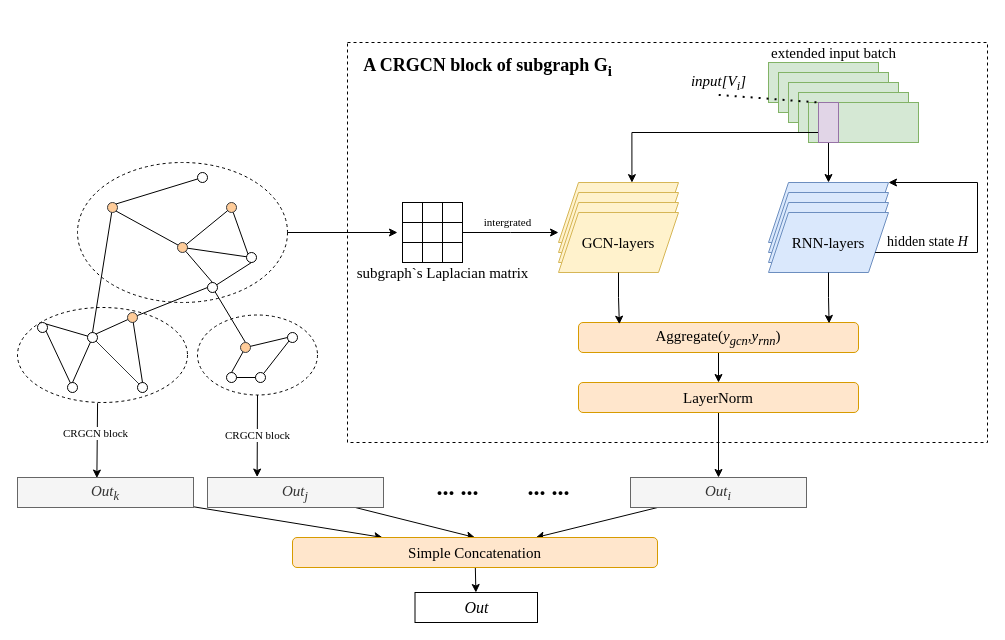
The draw.io diagram 神经网络.drawio in streakyPorker/drawio-diagrams, before the edit. Source tidied: cells renumbered, new cells numbered last; positions are measured from the earlier drawing's top-left corner, leaving out a move shared by most shapes. Both pictures are drawn from the tidied source at 100%, with x=0, y=0 at pixel (17, 42).
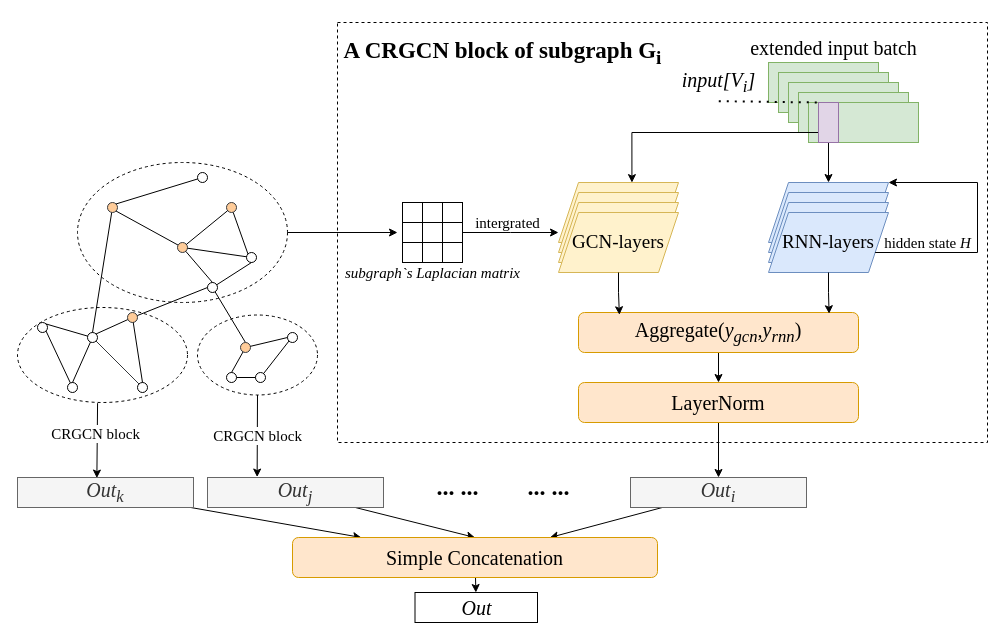
The same diagram, later.

The change refers to these unchanged cells:
```xml
<mxCell id="3" style="ellipse;whiteSpace=wrap;html=1;dashed=1;" parent="2" vertex="1">
  <mxGeometry x="160" y="142.5" width="120" height="80" as="geometry" />
</mxCell>
<mxCell id="4" style="ellipse;whiteSpace=wrap;html=1;dashed=1;" parent="2" vertex="1">
  <mxGeometry x="-20" y="135" width="170" height="95" as="geometry" />
</mxCell>
<mxCell id="43" style="rounded=0;whiteSpace=wrap;html=1;" parent="42" vertex="1">
  <mxGeometry width="60" height="60" as="geometry" />
</mxCell>
<mxCell id="50" style="group;" parent="1" vertex="1">
  <mxGeometry x="541" y="140" width="120" height="90" as="geometry" />
</mxCell>
<mxCell id="55" style="group;" parent="1" vertex="1">
  <mxGeometry x="751" y="140" width="120" height="90" as="geometry" />
</mxCell>
<mxCell id="56" style="shape=parallelogram;perimeter=parallelogramPerimeter;whiteSpace=wrap;html=1;fixedSize=1;fontFamily=Times New Roman;fillColor=#dae8fc;strokeColor=#6c8ebf;" parent="55" vertex="1">
  <mxGeometry width="120" height="60" as="geometry" />
</mxCell>
```

Change to the diagram source:
```diff
@@
     <mxCell id="41" style="rounded=0;whiteSpace=wrap;html=1;dashed=1;" parent="1" vertex="1">
-      <mxGeometry x="330" width="640" height="400" as="geometry" />
+      <mxGeometry x="320" y="-20" width="650" height="420" as="geometry" />
     </mxCell>
@@
-    <mxCell id="49" value="&lt;font style=&quot;font-size: 15px;&quot;&gt;subgraph`s Laplacian matrix&lt;/font&gt;" style="text;html=1;align=center;verticalAlign=middle;strokeColor=none;fillColor=none;fontFamily=Times New Roman;" parent="1" vertex="1">
-      <mxGeometry x="330" y="220" width="190" height="20" as="geometry" />
+    <mxCell id="49" value="&lt;font size=&quot;1&quot; style=&quot;&quot;&gt;&lt;i style=&quot;font-size: 15px;&quot;&gt;subgraph`s Laplacian matrix&lt;/i&gt;&lt;/font&gt;" style="text;html=1;align=center;verticalAlign=middle;strokeColor=none;fillColor=none;fontFamily=Times New Roman;fontSize=15;" parent="1" vertex="1">
+      <mxGeometry x="320" y="220" width="190" height="20" as="geometry" />
     </mxCell>
@@
-    <mxCell id="54" value="&lt;font style=&quot;font-size: 15px;&quot;&gt;GCN-layers&lt;/font&gt;" style="shape=parallelogram;perimeter=parallelogramPerimeter;whiteSpace=wrap;html=1;fixedSize=1;fontFamily=Times New Roman;fillColor=#fff2cc;strokeColor=#d6b656;" parent="50" vertex="1">
+    <mxCell id="54" value="&lt;font style=&quot;font-size: 19px;&quot;&gt;GCN-layers&lt;/font&gt;" style="shape=parallelogram;perimeter=parallelogramPerimeter;whiteSpace=wrap;html=1;fixedSize=1;fontFamily=Times New Roman;fillColor=#fff2cc;strokeColor=#d6b656;" parent="50" vertex="1">
       <mxGeometry y="30" width="120" height="60" as="geometry" />
     </mxCell>
@@
-    <mxCell id="59" value="&lt;font style=&quot;font-size: 15px;&quot;&gt;RNN-layers&lt;/font&gt;" style="shape=parallelogram;perimeter=parallelogramPerimeter;whiteSpace=wrap;html=1;fixedSize=1;fontFamily=Times New Roman;fillColor=#dae8fc;strokeColor=#6c8ebf;" parent="55" vertex="1">
+    <mxCell id="59" value="&lt;font style=&quot;font-size: 19px;&quot;&gt;RNN-layers&lt;/font&gt;" style="shape=parallelogram;perimeter=parallelogramPerimeter;whiteSpace=wrap;html=1;fixedSize=1;fontFamily=Times New Roman;fillColor=#dae8fc;strokeColor=#6c8ebf;" parent="55" vertex="1">
       <mxGeometry y="30" width="120" height="60" as="geometry" />
     </mxCell>
-    <mxCell id="60" value="&lt;font style=&quot;font-size: 14px;&quot;&gt;hidden state &lt;i&gt;H&lt;/i&gt;&lt;/font&gt;" style="edgeStyle=orthogonalEdgeStyle;rounded=0;jettySize=auto;html=1;fontFamily=Times New Roman;endArrow=classic;endFill=1;entryX=1;entryY=0;entryDx=0;entryDy=0;" parent="55" edge="1" source="59" target="56">
+    <mxCell id="60" value="&lt;font style=&quot;font-size: 15px;&quot;&gt;hidden state &lt;i&gt;H&lt;/i&gt;&lt;/font&gt;" style="edgeStyle=orthogonalEdgeStyle;rounded=0;jettySize=auto;html=1;fontFamily=Times New Roman;endArrow=classic;endFill=1;entryX=1;entryY=0;entryDx=0;entryDy=0;" parent="55" edge="1" source="59" target="56">
       <mxGeometry x="-0.6" y="10" relative="1" as="geometry">
         <Array as="points">
           <mxPoint x="209" y="70" />
           <mxPoint x="209" />
         </Array>
       </mxGeometry>
     </mxCell>
-    <mxCell id="61" value="intergrated" style="edgeStyle=orthogonalEdgeStyle;rounded=0;jettySize=auto;html=1;fontFamily=Times New Roman;endArrow=classic;endFill=1;" parent="1" edge="1" source="43">
+    <mxCell id="61" value="&lt;font style=&quot;font-size: 15px;&quot;&gt;intergrated&lt;/font&gt;" style="edgeStyle=orthogonalEdgeStyle;rounded=0;jettySize=auto;html=1;fontFamily=Times New Roman;endArrow=classic;endFill=1;" parent="1" edge="1" source="43">
       <mxGeometry x="-0.06" y="10" relative="1" as="geometry">
         <mxPoint x="541" y="190" as="targetPoint" />
       </mxGeometry>
     </mxCell>
@@
-    <mxCell id="63" value="&lt;font style=&quot;font-size: 15px;&quot;&gt;Aggregate(&lt;i&gt;y&lt;sub&gt;gcn&lt;/sub&gt;,y&lt;sub&gt;rnn&lt;/sub&gt;&lt;/i&gt;)&lt;/font&gt;" style="rounded=1;whiteSpace=wrap;html=1;fontFamily=Times New Roman;fillColor=#ffe6cc;strokeColor=#d79b00;" parent="1" vertex="1">
-      <mxGeometry x="561" y="280" width="280" height="30" as="geometry" />
+    <mxCell id="63" value="&lt;font style=&quot;font-size: 20px;&quot;&gt;Aggregate(&lt;i&gt;y&lt;sub&gt;gcn&lt;/sub&gt;,y&lt;sub&gt;rnn&lt;/sub&gt;&lt;/i&gt;)&lt;/font&gt;" style="rounded=1;whiteSpace=wrap;html=1;fontFamily=Times New Roman;fillColor=#ffe6cc;strokeColor=#d79b00;" parent="1" vertex="1">
+      <mxGeometry x="561" y="270" width="280" height="40" as="geometry" />
     </mxCell>
@@
-    <mxCell id="67" value="&lt;font style=&quot;font-size: 15px;&quot;&gt;LayerNorm&lt;/font&gt;" style="rounded=1;whiteSpace=wrap;html=1;fontFamily=Times New Roman;fillColor=#ffe6cc;strokeColor=#d79b00;" parent="1" vertex="1">
-      <mxGeometry x="561" y="340" width="280" height="30" as="geometry" />
+    <mxCell id="67" value="&lt;font style=&quot;font-size: 20px;&quot;&gt;LayerNorm&lt;/font&gt;" style="rounded=1;whiteSpace=wrap;html=1;fontFamily=Times New Roman;fillColor=#ffe6cc;strokeColor=#d79b00;" parent="1" vertex="1">
+      <mxGeometry x="561" y="340" width="280" height="40" as="geometry" />
     </mxCell>
-    <mxCell id="68" value="&lt;font style=&quot;font-size: 15px;&quot;&gt;extended input batch&lt;/font&gt;" style="text;html=1;align=center;verticalAlign=middle;strokeColor=none;fillColor=none;fontFamily=Times New Roman;" parent="1" vertex="1">
-      <mxGeometry x="746" width="140" height="20" as="geometry" />
+    <mxCell id="68" value="&lt;font style=&quot;font-size: 20px;&quot;&gt;extended input batch&lt;/font&gt;" style="text;html=1;align=center;verticalAlign=middle;strokeColor=none;fillColor=none;fontFamily=Times New Roman;fontSize=20;" parent="1" vertex="1">
+      <mxGeometry x="726" y="-10" width="180" height="30" as="geometry" />
     </mxCell>
@@
-    <mxCell id="78" value="&lt;span style=&quot;font-size: 15px;&quot;&gt;&lt;i&gt;input[V&lt;sub&gt;i&lt;/sub&gt;]&lt;/i&gt;&lt;/span&gt;" style="text;html=1;align=center;verticalAlign=middle;points=[];strokeColor=none;fillColor=none;fontFamily=Times New Roman;" parent="1" vertex="1">
-      <mxGeometry x="666" y="30" width="70" height="20" as="geometry" />
+    <mxCell id="78" value="&lt;span style=&quot;font-size: 20px;&quot;&gt;&lt;i&gt;input[V&lt;sub&gt;i&lt;/sub&gt;]&lt;/i&gt;&lt;/span&gt;" style="text;html=1;align=center;verticalAlign=middle;points=[];strokeColor=none;fillColor=none;fontFamily=Times New Roman;" parent="1" vertex="1">
+      <mxGeometry x="656" y="25" width="90" height="30" as="geometry" />
     </mxCell>
@@
-    <mxCell id="80" value="&lt;h2&gt;A CRGCN block of subgraph G&lt;sub&gt;i&lt;/sub&gt;&lt;/h2&gt;" style="text;html=1;align=center;verticalAlign=middle;strokeColor=none;fillColor=none;fontFamily=Times New Roman;" parent="1" vertex="1">
-      <mxGeometry x="340" width="260" height="50" as="geometry" />
+    <mxCell id="80" value="&lt;h2 style=&quot;font-size: 23px;&quot;&gt;A CRGCN block of subgraph G&lt;sub&gt;i&lt;/sub&gt;&lt;/h2&gt;" style="text;html=1;align=center;verticalAlign=middle;strokeColor=none;fillColor=none;fontFamily=Times New Roman;" parent="1" vertex="1">
+      <mxGeometry x="320" y="-20" width="330" height="60" as="geometry" />
     </mxCell>
@@
-    <mxCell id="82" value="&lt;font style=&quot;font-size: 15px;&quot;&gt;&lt;i&gt;Out&lt;sub&gt;i&lt;/sub&gt;&lt;/i&gt;&lt;/font&gt;" style="rounded=0;whiteSpace=wrap;html=1;fontFamily=Times New Roman;fillColor=#f5f5f5;fontColor=#333333;strokeColor=#666666;" parent="1" vertex="1">
+    <mxCell id="82" value="&lt;font style=&quot;font-size: 20px;&quot;&gt;&lt;i&gt;Out&lt;sub&gt;i&lt;/sub&gt;&lt;/i&gt;&lt;/font&gt;" style="rounded=0;whiteSpace=wrap;html=1;fontFamily=Times New Roman;fillColor=#f5f5f5;fontColor=#333333;strokeColor=#666666;" parent="1" vertex="1">
       <mxGeometry x="613" y="435" width="176" height="30" as="geometry" />
     </mxCell>
-    <mxCell id="83" value="CRGCN block" style="edgeStyle=none;rounded=0;jettySize=auto;html=1;fontFamily=Times New Roman;endArrow=classic;endFill=1;entryX=0.282;entryY=-0.015;entryDx=0;entryDy=0;entryPerimeter=0;" parent="1" edge="1" source="3" target="87">
+    <mxCell id="83" value="&lt;font style=&quot;font-size: 15px;&quot;&gt;CRGCN block&lt;/font&gt;" style="edgeStyle=none;rounded=0;jettySize=auto;html=1;fontFamily=Times New Roman;endArrow=classic;endFill=1;entryX=0.282;entryY=-0.015;entryDx=0;entryDy=0;entryPerimeter=0;" parent="1" edge="1" source="3" target="87">
       <mxGeometry relative="1" as="geometry" />
     </mxCell>
@@
-    <mxCell id="85" value="&lt;font style=&quot;font-size: 15px;&quot;&gt;&lt;i&gt;Out&lt;sub&gt;k&lt;/sub&gt;&lt;/i&gt;&lt;/font&gt;" style="rounded=0;whiteSpace=wrap;html=1;fontFamily=Times New Roman;fillColor=#f5f5f5;fontColor=#333333;strokeColor=#666666;" parent="1" vertex="1">
+    <mxCell id="85" value="&lt;font style=&quot;font-size: 20px;&quot;&gt;&lt;i&gt;Out&lt;sub&gt;k&lt;/sub&gt;&lt;/i&gt;&lt;/font&gt;" style="rounded=0;whiteSpace=wrap;html=1;fontFamily=Times New Roman;fillColor=#f5f5f5;fontColor=#333333;strokeColor=#666666;" parent="1" vertex="1">
       <mxGeometry y="435" width="176" height="30" as="geometry" />
     </mxCell>
@@
-    <mxCell id="87" value="&lt;font style=&quot;font-size: 15px;&quot;&gt;&lt;i&gt;Out&lt;sub style=&quot;&quot;&gt;j&lt;/sub&gt;&lt;/i&gt;&lt;/font&gt;" style="rounded=0;whiteSpace=wrap;html=1;fontFamily=Times New Roman;fillColor=#f5f5f5;fontColor=#333333;strokeColor=#666666;" parent="1" vertex="1">
+    <mxCell id="87" value="&lt;font style=&quot;font-size: 20px;&quot;&gt;&lt;i&gt;Out&lt;sub style=&quot;&quot;&gt;j&lt;/sub&gt;&lt;/i&gt;&lt;/font&gt;" style="rounded=0;whiteSpace=wrap;html=1;fontFamily=Times New Roman;fillColor=#f5f5f5;fontColor=#333333;strokeColor=#666666;" parent="1" vertex="1">
       <mxGeometry x="190" y="435" width="176" height="30" as="geometry" />
     </mxCell>
-    <mxCell id="88" value="CRGCN block" style="edgeStyle=none;rounded=0;jettySize=auto;html=1;fontFamily=Times New Roman;endArrow=classic;endFill=1;exitX=0.471;exitY=1.007;exitDx=0;exitDy=0;exitPerimeter=0;entryX=0.451;entryY=0.019;entryDx=0;entryDy=0;entryPerimeter=0;" parent="1" edge="1" source="4" target="85">
+    <mxCell id="88" value="CRGCN block" style="edgeStyle=none;rounded=0;jettySize=auto;html=1;fontFamily=Times New Roman;endArrow=classic;endFill=1;exitX=0.471;exitY=1.007;exitDx=0;exitDy=0;exitPerimeter=0;entryX=0.451;entryY=0.019;entryDx=0;entryDy=0;entryPerimeter=0;fontSize=15;" parent="1" edge="1" source="4" target="85">
       <mxGeometry x="-0.2" y="-2" relative="1" as="geometry" />
     </mxCell>
@@
-    <mxCell id="92" value="&lt;font style=&quot;font-size: 15px;&quot;&gt;Simple Concatenation&lt;/font&gt;" style="rounded=1;whiteSpace=wrap;html=1;fontFamily=Times New Roman;fillColor=#ffe6cc;strokeColor=#d79b00;" parent="1" vertex="1">
-      <mxGeometry x="275" y="495" width="365" height="30" as="geometry" />
+    <mxCell id="92" value="&lt;font style=&quot;font-size: 20px;&quot;&gt;Simple Concatenation&lt;/font&gt;" style="rounded=1;whiteSpace=wrap;html=1;fontFamily=Times New Roman;fillColor=#ffe6cc;strokeColor=#d79b00;" parent="1" vertex="1">
+      <mxGeometry x="275" y="495" width="365" height="40" as="geometry" />
     </mxCell>
-    <mxCell id="93" value="&lt;font style=&quot;font-size: 16px;&quot;&gt;&lt;i&gt;Out&lt;/i&gt;&lt;/font&gt;" style="rounded=0;whiteSpace=wrap;html=1;fontFamily=Times New Roman;fontSize=13;" parent="1" vertex="1">
+    <mxCell id="93" value="&lt;font size=&quot;1&quot; style=&quot;&quot;&gt;&lt;i style=&quot;font-size: 20px;&quot;&gt;Out&lt;/i&gt;&lt;/font&gt;" style="rounded=0;whiteSpace=wrap;html=1;fontFamily=Times New Roman;fontSize=13;" parent="1" vertex="1">
       <mxGeometry x="397.5" y="550" width="122.5" height="30" as="geometry" />
     </mxCell>
```
